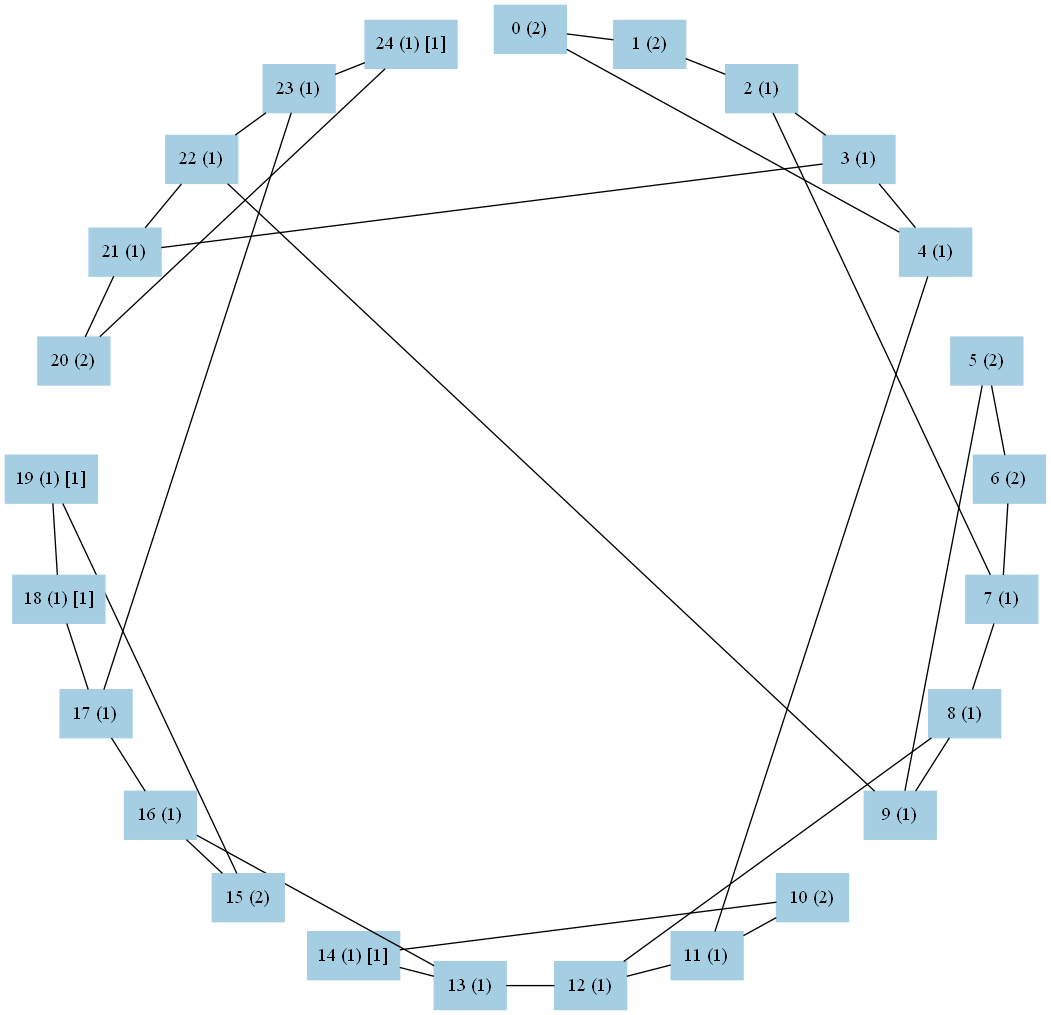
Above: graph1.png in kohinigeee/kenkyuu (Graphviz), before the change. Its source is kept beside it as graph1.dot.
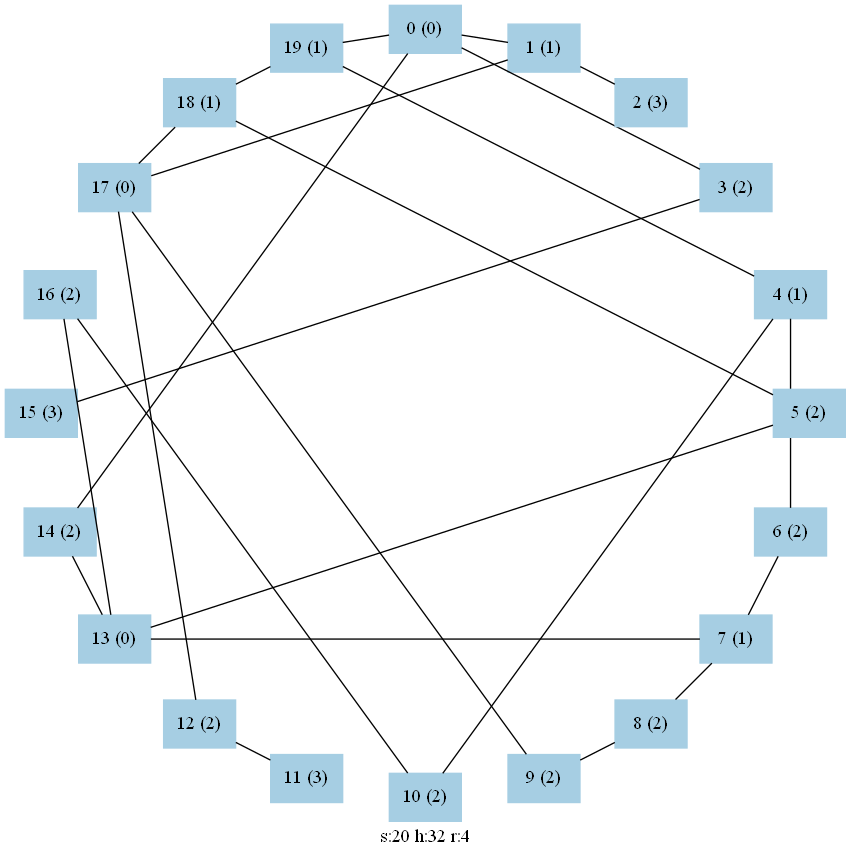
Later version of the same file.

Change to the diagram source:
```diff
@@ -1,8 +1,8 @@
 graph test2 {
 	graph [
 		charset="utf-8",
-		layout=neato
-	];
+		layout=neato,
+		label="s:20 h:32 r:4"	];
 	node [
 		shape=box;
 		style="solid, filled"
@@ -10,138 +10,114 @@
 
 	subgraph cluster_sub0 {
 	node[ color=1 ]
+	node[
+		color=1
+		fontsize=14
+	]
 	0[
-		pos="5.000, 5.000!",
-		label="0 (2)"
+		pos="5.00000, 9.00000!",
+		label="0 (0)"
 	]
 	1[
-		pos="6.243, 4.843!",
-		label="1 (2)"
+		pos="6.23607, 8.80423!",
+		label="1 (1)"
 	]
 	2[
-		pos="7.409, 4.382!",
-		label="2 (1)"
+		pos="7.35114, 8.23607!",
+		label="2 (3)"
 	]
 	3[
-		pos="8.423, 3.645!",
-		label="3 (1)"
+		pos="8.23607, 7.35114!",
+		label="3 (2)"
 	]
 	4[
-		pos="9.222, 2.679!",
+		pos="8.80423, 6.23607!",
 		label="4 (1)"
 	]
 	5[
-		pos="9.755, 1.545!",
+		pos="9.00000, 5.00000!",
 		label="5 (2)"
 	]
 	6[
-		pos="9.990, 0.314!",
+		pos="8.80423, 3.76393!",
 		label="6 (2)"
 	]
 	7[
-		pos="9.911, -0.937!",
+		pos="8.23607, 2.64886!",
 		label="7 (1)"
 	]
 	8[
-		pos="9.524, -2.129!",
-		label="8 (1)"
+		pos="7.35114, 1.76393!",
+		label="8 (2)"
 	]
 	9[
-		pos="8.853, -3.187!",
-		label="9 (1)"
+		pos="6.23607, 1.19577!",
+		label="9 (2)"
 	]
 	10[
-		pos="7.939, -4.045!",
+		pos="5.00000, 1.00000!",
 		label="10 (2)"
 	]
 	11[
-		pos="6.841, -4.649!",
-		label="11 (1)"
+		pos="3.76393, 1.19577!",
+		label="11 (3)"
 	]
 	12[
-		pos="5.627, -4.961!",
-		label="12 (1)"
+		pos="2.64886, 1.76393!",
+		label="12 (2)"
 	]
 	13[
-		pos="4.373, -4.961!",
-		label="13 (1)"
+		pos="1.76393, 2.64886!",
+		label="13 (0)"
 	]
 	14[
-		pos="3.159, -4.649!",
-		label="14 (1) [1]"
+		pos="1.19577, 3.76393!",
+		label="14 (2)"
 	]
 	15[
-		pos="2.061, -4.045!",
-		label="15 (2)"
+		pos="1.00000, 5.00000!",
+		label="15 (3)"
 	]
 	16[
-		pos="1.147, -3.187!",
-		label="16 (1)"
+		pos="1.19577, 6.23607!",
+		label="16 (2)"
 	]
 	17[
-		pos="0.476, -2.129!",
-		label="17 (1)"
+		pos="1.76393, 7.35114!",
+		label="17 (0)"
 	]
 	18[
-		pos="0.089, -0.937!",
-		label="18 (1) [1]"
+		pos="2.64886, 8.23607!",
+		label="18 (1)"
 	]
 	19[
-		pos="0.010, 0.314!",
-		label="19 (1) [1]"
-	]
-	20[
-		pos="0.245, 1.545!",
-		label="20 (2)"
-	]
-	21[
-		pos="0.778, 2.679!",
-		label="21 (1)"
-	]
-	22[
-		pos="1.577, 3.645!",
-		label="22 (1)"
-	]
-	23[
-		pos="2.591, 4.382!",
-		label="23 (1)"
-	]
-	24[
-		pos="3.757, 4.843!",
-		label="24 (1) [1]"
+		pos="3.76393, 8.80423!",
+		label="19 (1)"
 	]
 	}
 
-	0--4
 	0--1
+	0--14
+	0--19
+	0--3
+	1--17
 	1--2
-	2--3
-	2--7
-	3--4
-	3--21
-	4--11
-	5--9
-	5--6
+	3--15
+	4--6
+	4--10
+	4--19
+	5--13
+	5--18
 	6--7
+	7--13
 	7--8
 	8--9
-	8--12
-	9--22
-	10--14
-	10--11
+	9--17
+	10--16
 	11--12
-	12--13
+	12--17
+	13--16
 	13--14
-	13--16
-	15--19
-	15--16
-	16--17
 	17--18
-	17--23
 	18--19
-	20--24
-	20--21
-	21--22
-	22--23
-	23--24
 }
```
